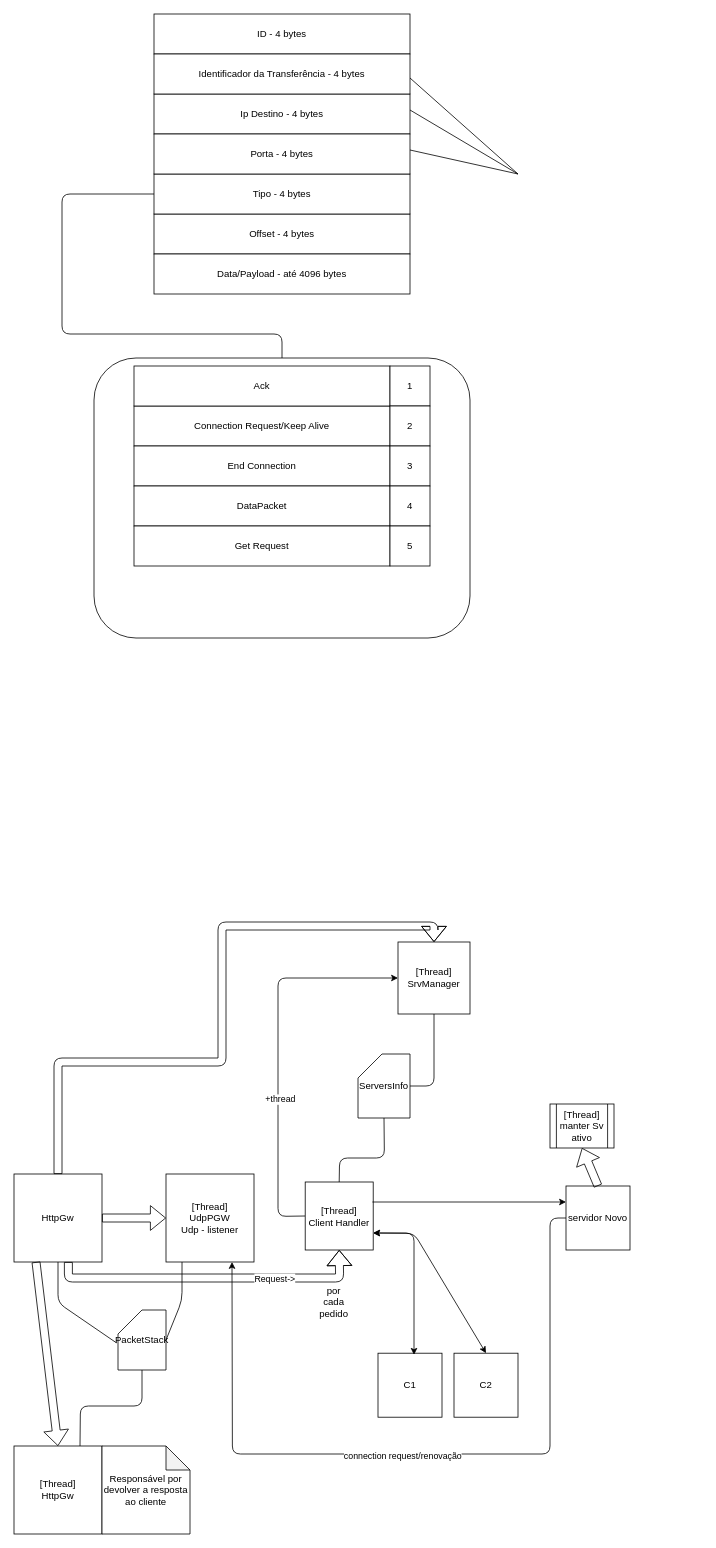
JoaoSG56/CC-2020-2021 keeps this draw.io diagram as FSChunkProtocol.drawio. Above is the earlier version. Source tidied: cells renumbered, new cells numbered last; positions are measured from the earlier drawing's top-left corner, leaving out a move shared by most shapes. Both pictures are drawn from the tidied source at 80%, with x=0, y=0 at pixel (14, 14).
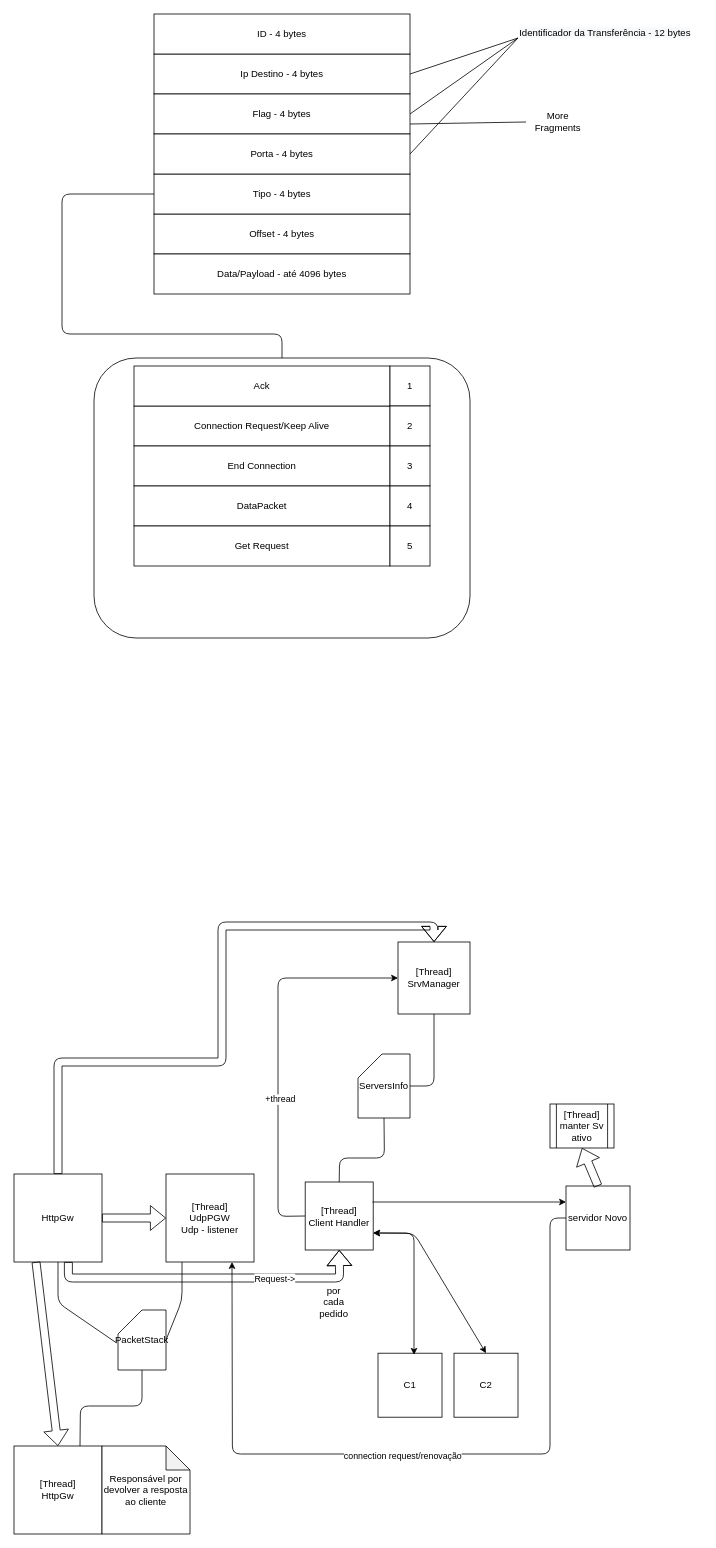
The same page after the edit.

Unchanged cells that the change refers to:
```xml
<mxCell id="18" value="Porta - 4 bytes" style="rounded=0;whiteSpace=wrap;html=1;" parent="1" vertex="1">
  <mxGeometry x="175" y="150" width="320" height="50" as="geometry" />
</mxCell>
```

The edit, as a diff of the source:
```diff
@@
     <mxCell id="3" value="Ip Destino - 4 bytes" style="rounded=0;whiteSpace=wrap;html=1;" parent="1" vertex="1">
-      <mxGeometry x="175" y="100" width="320" height="50" as="geometry" />
+      <mxGeometry x="175" y="50" width="320" height="50" as="geometry" />
     </mxCell>
@@
-    <mxCell id="8" value="Identificador da Transferência - 4 bytes" style="rounded=0;whiteSpace=wrap;html=1;" parent="1" vertex="1">
-      <mxGeometry x="175" y="50" width="320" height="50" as="geometry" />
+    <mxCell id="8" value="Flag - 4 bytes" style="rounded=0;whiteSpace=wrap;html=1;" parent="1" vertex="1">
+      <mxGeometry x="175" y="100" width="320" height="50" as="geometry" />
     </mxCell>
@@
-    <mxCell id="21" style="endArrow=none;html=1;" parent="1" edge="1">
+    <mxCell id="21" style="endArrow=none;html=1;exitX=1;exitY=0.5;exitDx=0;exitDy=0;" parent="1" edge="1" source="8">
       <mxGeometry relative="1" as="geometry">
-        <mxPoint x="495" y="80" as="sourcePoint" />
-        <mxPoint x="630" y="200" as="targetPoint" />
+        <mxPoint x="630" y="30" as="targetPoint" />
       </mxGeometry>
     </mxCell>
-    <mxCell id="22" style="endArrow=none;html=1;" parent="1" edge="1">
+    <mxCell id="22" style="endArrow=none;html=1;exitX=1;exitY=0.5;exitDx=0;exitDy=0;" parent="1" edge="1" source="3">
       <mxGeometry relative="1" as="geometry">
-        <mxPoint x="495" y="120" as="sourcePoint" />
-        <mxPoint x="630" y="200" as="targetPoint" />
+        <mxPoint x="630" y="30" as="targetPoint" />
       </mxGeometry>
     </mxCell>
-    <mxCell id="23" style="endArrow=none;html=1;" parent="1" edge="1">
+    <mxCell id="23" style="endArrow=none;html=1;exitX=1;exitY=0.5;exitDx=0;exitDy=0;" parent="1" edge="1" source="18">
       <mxGeometry relative="1" as="geometry">
-        <mxPoint x="495" y="170" as="sourcePoint" />
-        <mxPoint x="630" y="200" as="targetPoint" />
+        <mxPoint x="630" y="30" as="targetPoint" />
         <Array as="points">
-          <mxPoint x="630" y="200" />
+          <mxPoint x="630" y="30" />
         </Array>
       </mxGeometry>
     </mxCell>
@@
+    <mxCell id="55" value="&lt;span style=&quot;color: rgb(0 , 0 , 0) ; font-family: &amp;#34;helvetica&amp;#34; ; font-size: 12px ; font-style: normal ; font-weight: 400 ; letter-spacing: normal ; text-align: center ; text-indent: 0px ; text-transform: none ; word-spacing: 0px ; background-color: rgb(248 , 249 , 250) ; display: inline ; float: none&quot;&gt;Identificador da Transferência - 12 bytes&lt;/span&gt;" style="text;whiteSpace=wrap;html=1;" parent="1" vertex="1">
+      <mxGeometry x="630" y="10" width="230" height="30" as="geometry" />
+    </mxCell>
+    <mxCell id="56" style="edgeStyle=orthogonalEdgeStyle;rounded=0;orthogonalLoop=1;jettySize=auto;html=1;exitX=0.5;exitY=1;exitDx=0;exitDy=0;" parent="1" edge="1" source="8" target="8">
+      <mxGeometry relative="1" as="geometry" />
+    </mxCell>
+    <mxCell id="57" value="More Fragments" style="text;html=1;strokeColor=none;fillColor=none;align=center;verticalAlign=middle;whiteSpace=wrap;rounded=0;" parent="1" vertex="1">
+      <mxGeometry x="640" y="110" width="80" height="50" as="geometry" />
+    </mxCell>
+    <mxCell id="58" style="endArrow=none;html=1;exitX=1;exitY=0.75;exitDx=0;exitDy=0;entryX=0;entryY=0.5;entryDx=0;entryDy=0;" parent="1" edge="1" source="8" target="57">
+      <mxGeometry relative="1" as="geometry" />
+    </mxCell>
```
